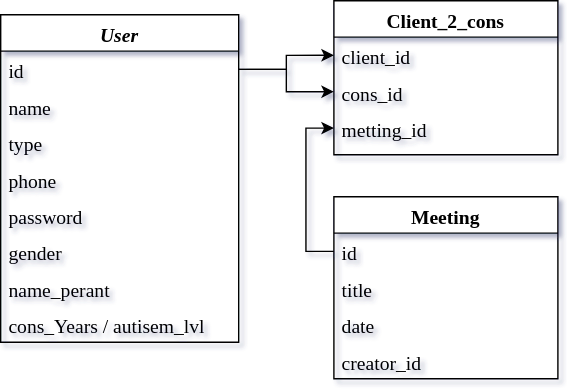
sholker/exercises_shenkar keeps this draw.io diagram as ScheduleAssist/SDD/ERD.svg. Above is the earlier version. Source tidied: cells renumbered, new cells last; positions are measured from the earlier drawing's top-left corner, leaving out a move shared by most shapes.
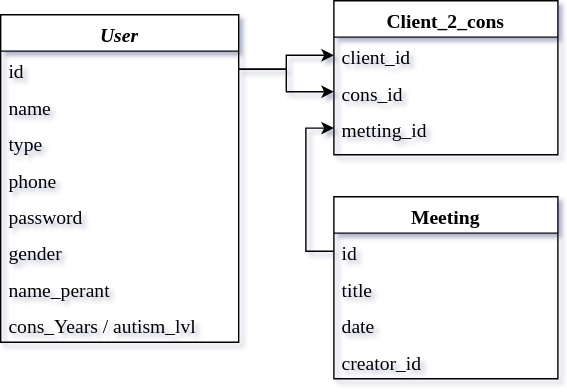
Above is the later version.

The edit, as a diff of the source:
```diff
@@ -26,7 +26,7 @@
     <mxCell id="9" value="name_perant" style="text;align=left;verticalAlign=top;spacingLeft=4;spacingRight=4;overflow=hidden;rounded=0;shadow=0;html=0;fontSize=14;fontFamily=Tahoma;" parent="2" vertex="1">
       <mxGeometry y="182" width="170" height="26" as="geometry" />
     </mxCell>
-    <mxCell id="10" value="cons_Years / autisem_lvl" style="text;align=left;verticalAlign=top;spacingLeft=4;spacingRight=4;overflow=hidden;rounded=0;shadow=0;html=0;fontSize=14;fontFamily=Tahoma;" parent="2" vertex="1">
+    <mxCell id="10" value="cons_Years / autism_lvl" style="text;align=left;verticalAlign=top;spacingLeft=4;spacingRight=4;overflow=hidden;rounded=0;shadow=0;html=0;fontSize=14;fontFamily=Tahoma;" parent="2" vertex="1">
       <mxGeometry y="208" width="170" height="26" as="geometry" />
     </mxCell>
     <mxCell id="11" value="Meeting" style="swimlane;fontStyle=1;align=center;verticalAlign=top;horizontal=1;startSize=26;rounded=0;shadow=0;strokeWidth=1;fontSize=14;fontFamily=Tahoma;" parent="1" vertex="1">
```
